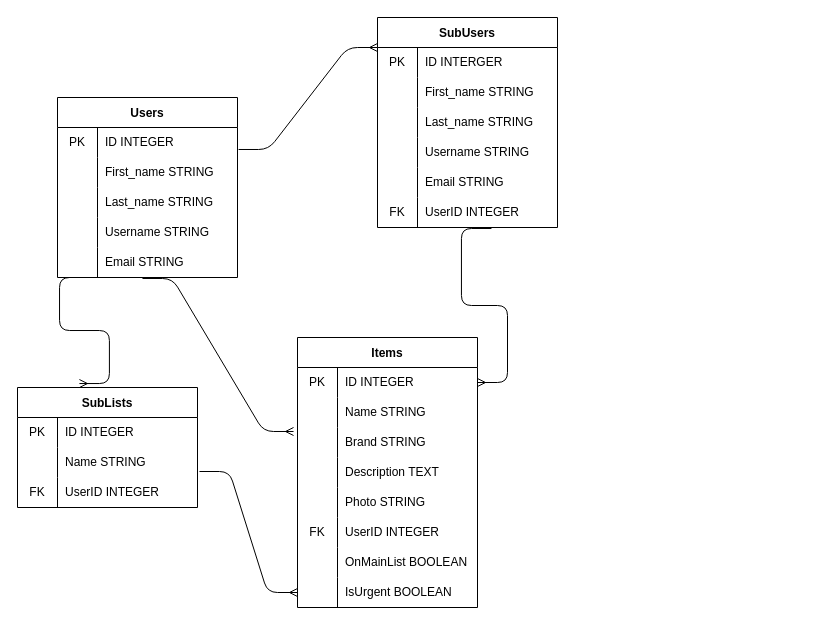
Earlier version of the draw.io diagram page "Option 1" (1 of 2) of Back-End/notes-for-personal-fullstack-project.drawio (lucilejones/fullstack-knowledge-base). Source tidied: cells renumbered, new cells numbered last; positions are measured from the earlier drawing's top-left corner, leaving out a move shared by most shapes. Both pictures are drawn from the tidied source at 100%, with x=0, y=0 at pixel (17, 17).
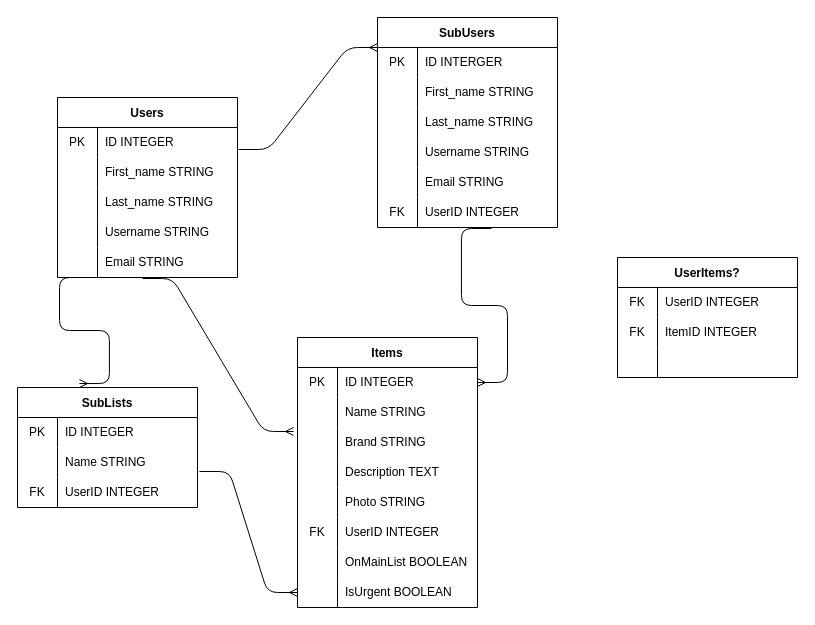
The same diagram, later.

Diff of the diagram source:
```diff
@@
+    <mxCell id="77" value="UserItems?" style="shape=table;startSize=30;childLayout=tableLayout;rowLines=0;fontStyle=1;" parent="1" vertex="1">
+      <mxGeometry x="600" y="240" width="180" height="120" as="geometry" />
+    </mxCell>
+    <mxCell id="78" style="shape=tableRow;horizontal=0;startSize=0;swimlaneHead=0;swimlaneBody=0;top=0;left=0;bottom=0;right=0;fillColor=none;" parent="77" vertex="1">
+      <mxGeometry y="30" width="180" height="30" as="geometry" />
+    </mxCell>
+    <mxCell id="79" value="FK" style="shape=partialRectangle;html=1;whiteSpace=wrap;fillColor=none;top=0;left=0;bottom=0;right=0;overflow=hidden;" parent="78" vertex="1">
+      <mxGeometry width="40" height="30" as="geometry" />
+    </mxCell>
+    <mxCell id="80" value="UserID INTEGER" style="shape=partialRectangle;html=1;whiteSpace=wrap;fillColor=none;top=0;left=0;bottom=0;right=0;align=left;spacingLeft=6;overflow=hidden;" parent="78" vertex="1">
+      <mxGeometry x="40" width="140" height="30" as="geometry" />
+    </mxCell>
+    <mxCell id="81" style="shape=tableRow;horizontal=0;startSize=0;swimlaneHead=0;swimlaneBody=0;top=0;left=0;bottom=0;right=0;fillColor=none;" parent="77" vertex="1">
+      <mxGeometry y="60" width="180" height="30" as="geometry" />
+    </mxCell>
+    <mxCell id="82" value="FK" style="shape=partialRectangle;html=1;whiteSpace=wrap;fillColor=none;top=0;left=0;bottom=0;right=0;overflow=hidden;" parent="81" vertex="1">
+      <mxGeometry width="40" height="30" as="geometry" />
+    </mxCell>
+    <mxCell id="83" value="ItemID INTEGER" style="shape=partialRectangle;html=1;whiteSpace=wrap;fillColor=none;top=0;left=0;bottom=0;right=0;align=left;spacingLeft=6;overflow=hidden;" parent="81" vertex="1">
+      <mxGeometry x="40" width="140" height="30" as="geometry" />
+    </mxCell>
+    <mxCell id="84" style="shape=tableRow;horizontal=0;startSize=0;swimlaneHead=0;swimlaneBody=0;top=0;left=0;bottom=0;right=0;fillColor=none;" parent="77" vertex="1">
+      <mxGeometry y="90" width="180" height="30" as="geometry" />
+    </mxCell>
+    <mxCell id="85" style="shape=partialRectangle;html=1;whiteSpace=wrap;fillColor=none;top=0;left=0;bottom=0;right=0;overflow=hidden;" parent="84" vertex="1">
+      <mxGeometry width="40" height="30" as="geometry" />
+    </mxCell>
+    <mxCell id="86" style="shape=partialRectangle;html=1;whiteSpace=wrap;fillColor=none;top=0;left=0;bottom=0;right=0;align=left;spacingLeft=6;overflow=hidden;" parent="84" vertex="1">
+      <mxGeometry x="40" width="140" height="30" as="geometry" />
+    </mxCell>
```
